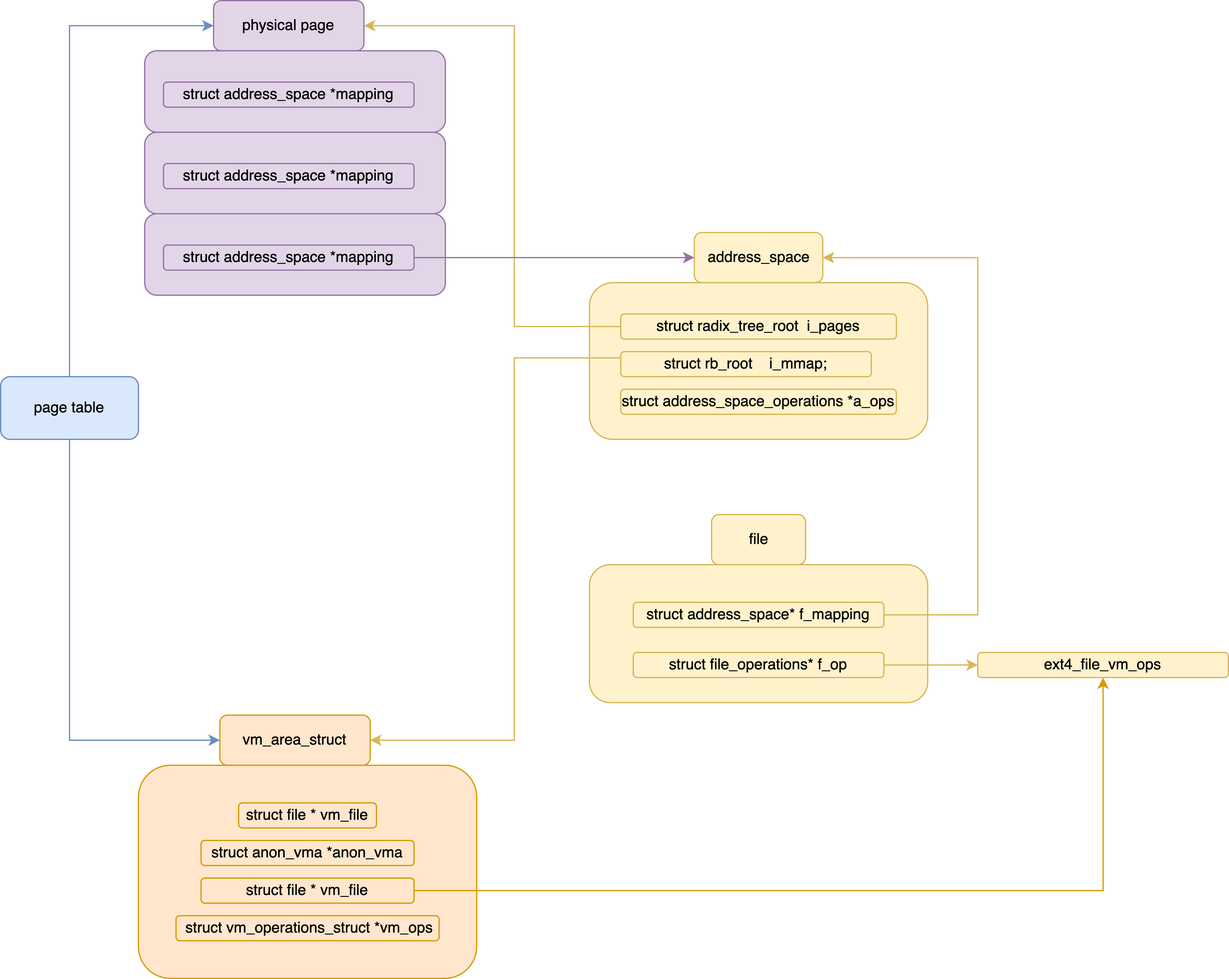
Earlier version of the draw.io export Images/Kernel/mem-mmap-vma-file-page.png (jemmy512/book-notes). Source tidied: cells renumbered, new cells last; positions are measured from the earlier drawing's top-left corner, leaving out a move shared by most shapes.
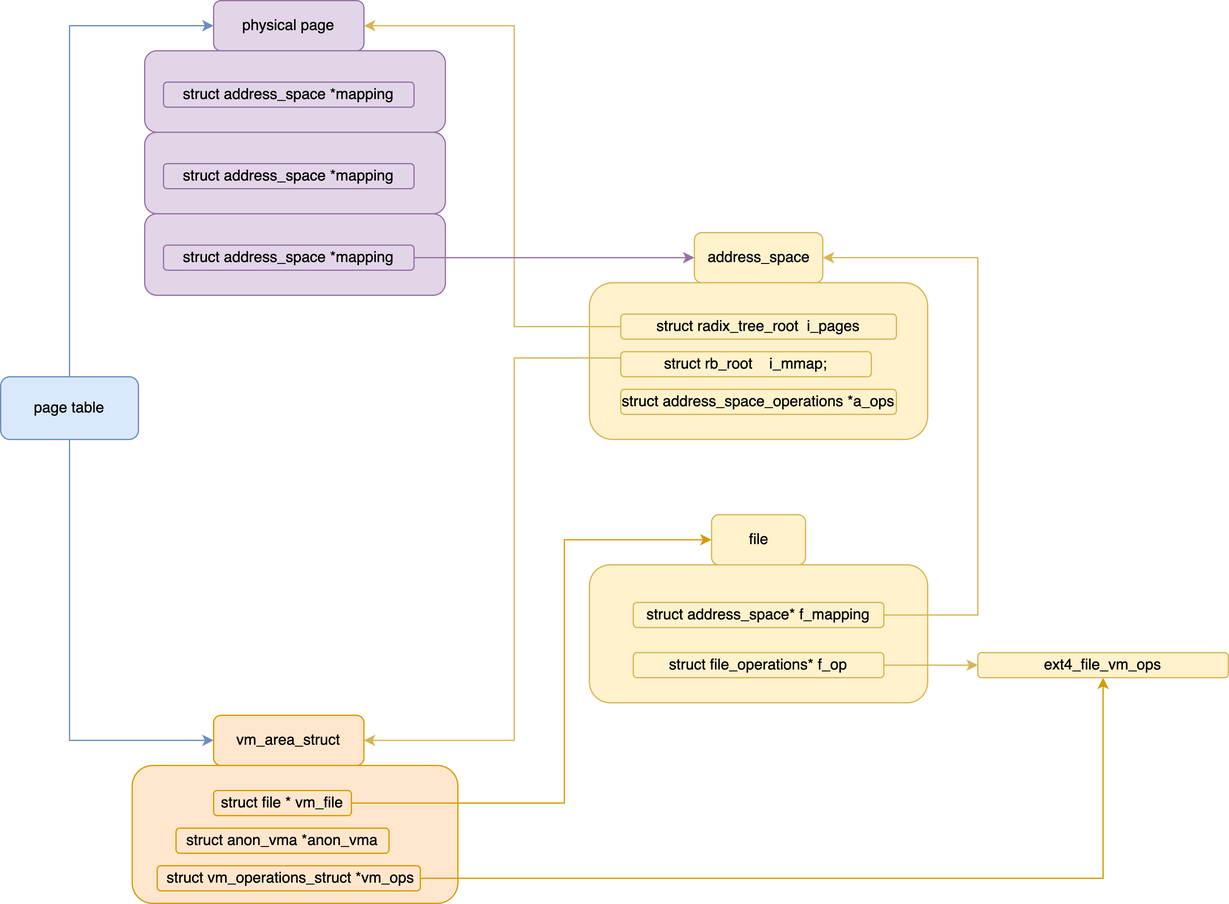
The same file after the commit.

Diff of the diagram source:
```diff
@@ -12,23 +12,28 @@
       <mxGeometry x="470" y="450" width="270" height="110" as="geometry" />
     </mxCell>
     <mxCell id="5" style="rounded=1;whiteSpace=wrap;html=1;fillColor=#ffe6cc;strokeColor=#d79b00;" parent="1" vertex="1">
-      <mxGeometry x="110" y="610" width="270" height="170" as="geometry" />
+      <mxGeometry x="105" y="610" width="260" height="110" as="geometry" />
     </mxCell>
+    <mxCell id="34" style="edgeStyle=orthogonalEdgeStyle;rounded=0;jettySize=auto;html=1;entryX=0;entryY=0.5;entryDx=0;entryDy=0;fillColor=#ffe6cc;strokeColor=#d79b00;" parent="1" edge="1" source="6" target="24">
+      <mxGeometry relative="1" as="geometry">
+        <Array as="points">
+          <mxPoint x="450" y="640" />
+          <mxPoint x="450" y="430" />
+        </Array>
+      </mxGeometry>
+    </mxCell>
     <mxCell id="6" value="struct file * vm_file" style="rounded=1;whiteSpace=wrap;html=1;fillColor=#ffe6cc;strokeColor=#d79b00;" parent="1" vertex="1">
-      <mxGeometry x="190" y="640" width="110" height="20" as="geometry" />
+      <mxGeometry x="170" y="630" width="110" height="20" as="geometry" />
     </mxCell>
     <mxCell id="7" value="struct anon_vma *anon_vma" style="rounded=1;whiteSpace=wrap;html=1;fillColor=#ffe6cc;strokeColor=#d79b00;" parent="1" vertex="1">
-      <mxGeometry x="160" y="670" width="170" height="20" as="geometry" />
+      <mxGeometry x="140" y="660" width="170" height="20" as="geometry" />
     </mxCell>
     <mxCell id="8" style="edgeStyle=orthogonalEdgeStyle;rounded=0;jettySize=auto;html=1;entryX=0.5;entryY=1;entryDx=0;entryDy=0;fillColor=#ffe6cc;strokeColor=#d79b00;" parent="1" edge="1" source="9" target="14">
       <mxGeometry relative="1" as="geometry" />
     </mxCell>
-    <mxCell id="9" value="struct file * vm_file" style="rounded=1;whiteSpace=wrap;html=1;fillColor=#ffe6cc;strokeColor=#d79b00;" parent="1" vertex="1">
-      <mxGeometry x="160" y="700" width="170" height="20" as="geometry" />
+    <mxCell id="9" value="&amp;nbsp;struct vm_operations_struct *vm_ops" style="rounded=1;whiteSpace=wrap;html=1;fillColor=#ffe6cc;strokeColor=#d79b00;" parent="1" vertex="1">
+      <mxGeometry x="125" y="690" width="210" height="20" as="geometry" />
     </mxCell>
-    <mxCell id="10" value="&amp;nbsp;struct vm_operations_struct *vm_ops" style="rounded=1;whiteSpace=wrap;html=1;fillColor=#ffe6cc;strokeColor=#d79b00;" parent="1" vertex="1">
-      <mxGeometry x="140" y="730" width="210" height="20" as="geometry" />
-    </mxCell>
     <mxCell id="11" value="struct address_space* f_mapping" style="rounded=1;whiteSpace=wrap;html=1;fillColor=#fff2cc;strokeColor=#d6b656;" parent="1" vertex="1">
       <mxGeometry x="505" y="480" width="200" height="20" as="geometry" />
     </mxCell>
@@ -84,7 +89,7 @@
       <mxGeometry y="300" width="110" height="50" as="geometry" />
     </mxCell>
     <mxCell id="23" value="vm_area_struct" style="rounded=1;whiteSpace=wrap;html=1;fillColor=#ffe6cc;strokeColor=#d79b00;" parent="1" vertex="1">
-      <mxGeometry x="175" y="570" width="120" height="40" as="geometry" />
+      <mxGeometry x="170" y="570" width="120" height="40" as="geometry" />
     </mxCell>
     <mxCell id="24" value="file" style="rounded=1;whiteSpace=wrap;html=1;fillColor=#fff2cc;strokeColor=#d6b656;" parent="1" vertex="1">
       <mxGeometry x="567.5" y="410" width="75" height="40" as="geometry" />
```
